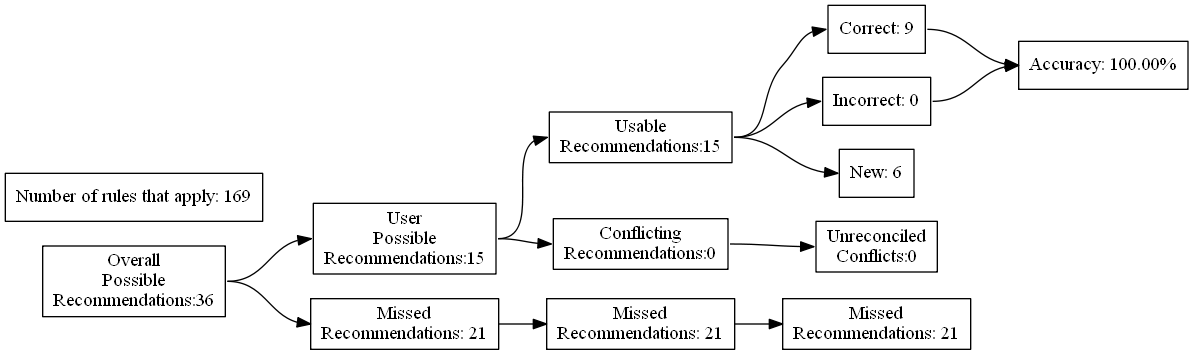
This is test_renders/67.gv.png from ZaxR/ibd_diet_analysis, a Graphviz export, as it was before one commit. Its source is kept beside it as test_renders/67.gv. The source it was exported from:
```dot
digraph {
	graph [rankdir=LR]
	node [pos=r shape=box]
	edge [headport=w tailport=e]
		A [label="Overall
Possible
Recommendations:36"]
		B [label="User
Possible
Recommendations:15"]
		C [label="Missed
Recommendations: 21"]
		D [label="Usable
Recommendations:15"]
		E [label="Conflicting
Recommendations:0"]
		J [label="Missed
Recommendations: 21"]
		M [label="Unreconciled
Conflicts:0"]
		F [label="Correct: 9"]
		G [label="Incorrect: 0"]
		H [label="New: 6"]
		K [label="Missed
Recommendations: 21"]
		I [label="Accuracy: 100.00%"]
		l [label="Number of rules that apply: 169"]
			A -> B
			A -> C
			B -> D
			B -> E
			D -> F
			D -> G
			D -> H
			F -> I
			G -> I
			C -> J
			J -> K
			E -> M
}
```
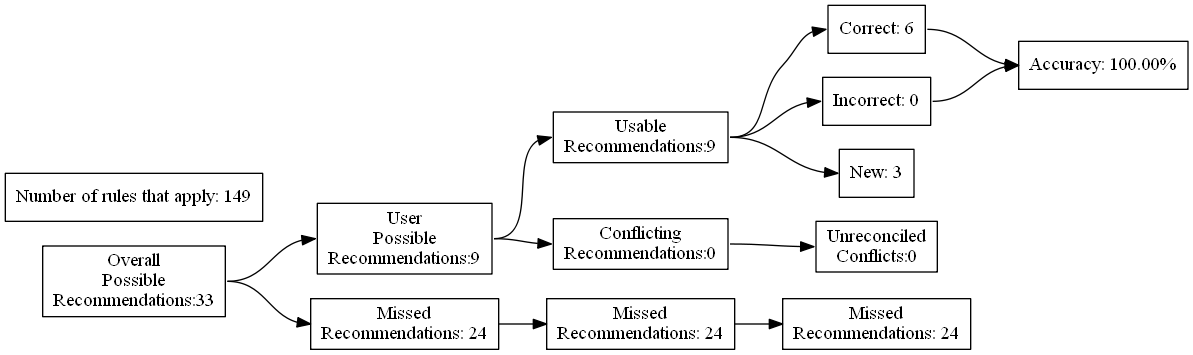
After the commit.

The edit, as a diff of the source:
```diff
@@ -4,27 +4,27 @@
 	edge [headport=w tailport=e]
 		A [label="Overall
 Possible
-Recommendations:36"]
+Recommendations:33"]
 		B [label="User
 Possible
-Recommendations:15"]
+Recommendations:9"]
 		C [label="Missed
-Recommendations: 21"]
+Recommendations: 24"]
 		D [label="Usable
-Recommendations:15"]
+Recommendations:9"]
 		E [label="Conflicting
 Recommendations:0"]
 		J [label="Missed
-Recommendations: 21"]
+Recommendations: 24"]
 		M [label="Unreconciled
 Conflicts:0"]
-		F [label="Correct: 9"]
+		F [label="Correct: 6"]
 		G [label="Incorrect: 0"]
-		H [label="New: 6"]
+		H [label="New: 3"]
 		K [label="Missed
-Recommendations: 21"]
+Recommendations: 24"]
 		I [label="Accuracy: 100.00%"]
-		l [label="Number of rules that apply: 169"]
+		l [label="Number of rules that apply: 149"]
 			A -> B
 			A -> C
 			B -> D
```
